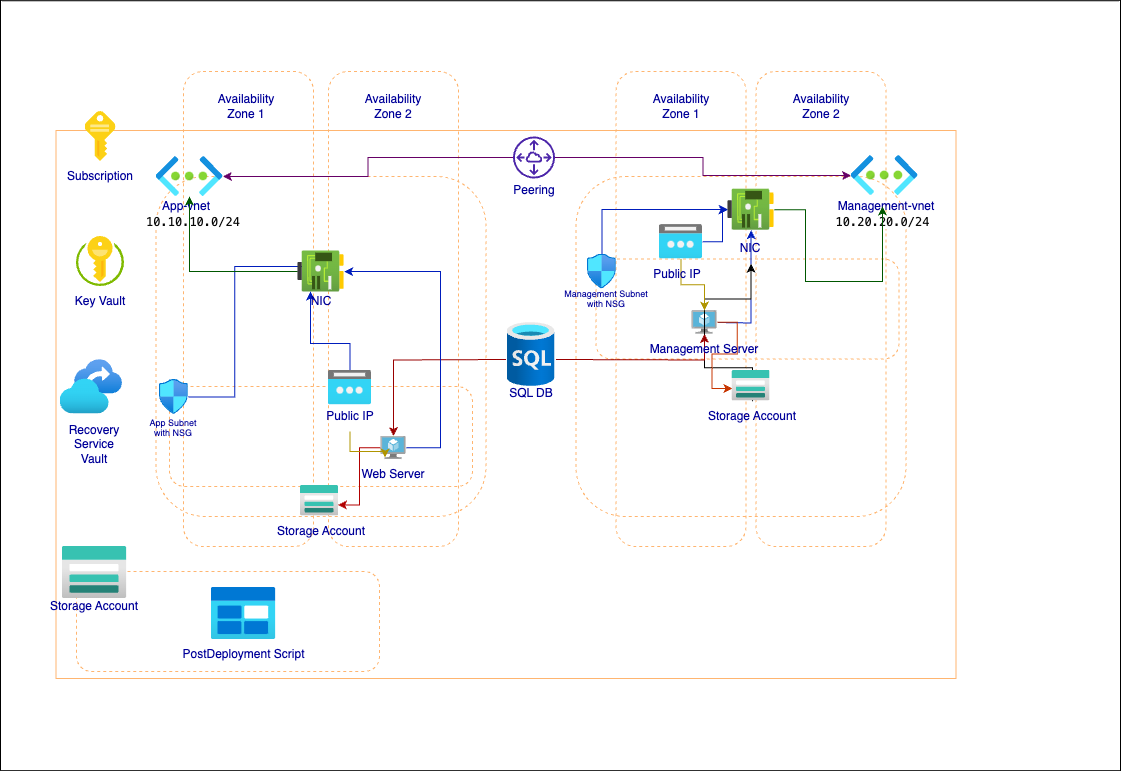
Earlier version of the draw.io export 000_cloud_project/v1.0/Documentation/06_diagram/cloud_architecture.drawio.png (techgrounds/techgrounds-anj-dtmr). Source tidied: cells renumbered, new cells last; positions are measured from the earlier drawing's top-left corner, leaving out a move shared by most shapes.
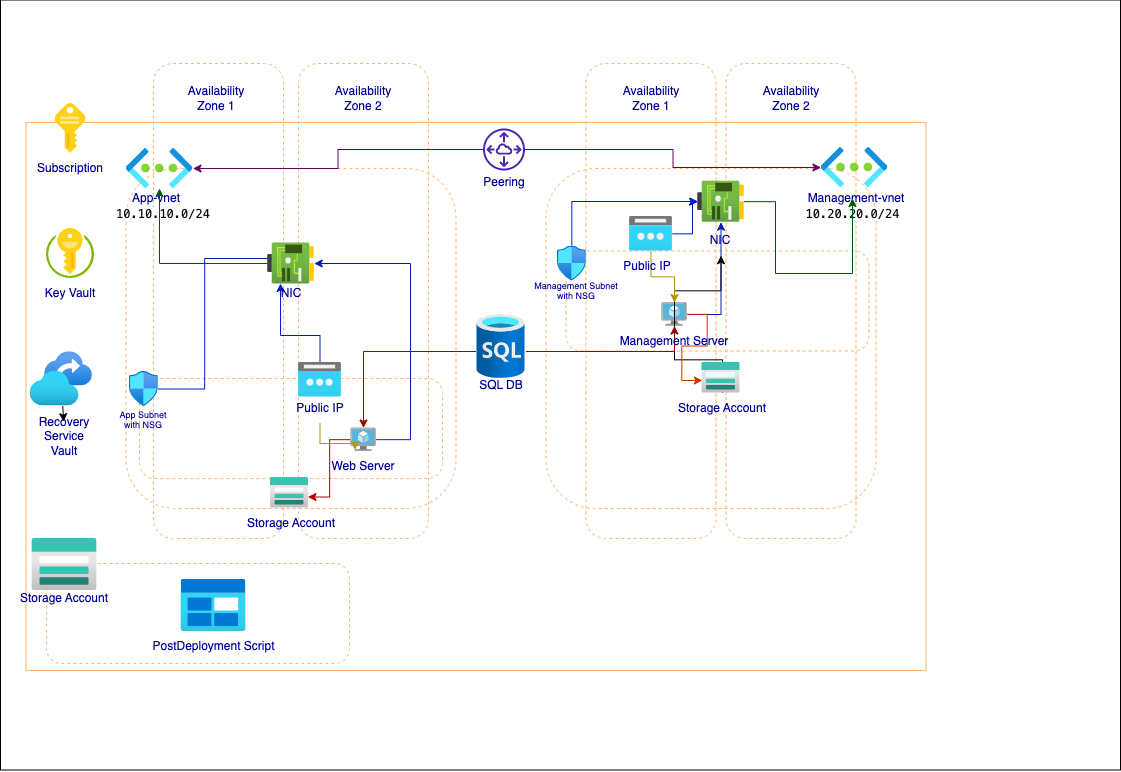
The same file after the commit.

The edit, as a diff of the source:
```diff
@@ -3,7 +3,7 @@
     <mxCell id="0" />
     <mxCell id="1" parent="0" />
     <mxCell id="2" style="rounded=0;whiteSpace=wrap;html=1;fillColor=#ffffff;" parent="1" vertex="1">
-      <mxGeometry y="0.3" width="1120" height="770" as="geometry" />
+      <mxGeometry x="30" y="7.5" width="1120" height="770" as="geometry" />
     </mxCell>
     <mxCell id="3" style="rounded=1;whiteSpace=wrap;html=1;dashed=1;fillColor=none;fontColor=#000099;strokeColor=#FFB570;" parent="1" vertex="1">
       <mxGeometry x="76" y="571" width="303" height="100" as="geometry" />
@@ -218,6 +218,9 @@
     <mxCell id="66" value="Public IP" style="text;html=1;strokeColor=none;fillColor=none;align=center;verticalAlign=middle;whiteSpace=wrap;rounded=0;fontColor=#000099;" parent="1" vertex="1">
       <mxGeometry x="636.8" y="258.5" width="80" height="30" as="geometry" />
     </mxCell>
+    <mxCell id="75" style="edgeStyle=none;html=1;" parent="1" edge="1" source="67" target="68">
+      <mxGeometry relative="1" as="geometry" />
+    </mxCell>
     <mxCell id="67" style="image;html=1;points=[];align=center;fontSize=12;image=img/lib/azure2/management_governance/Recovery_Services_Vaults.svg;fontColor=#000099;strokeColor=#FFB570;" parent="1" vertex="1">
       <mxGeometry x="59.5" y="359.2" width="62.5" height="54.3" as="geometry" />
     </mxCell>
```
